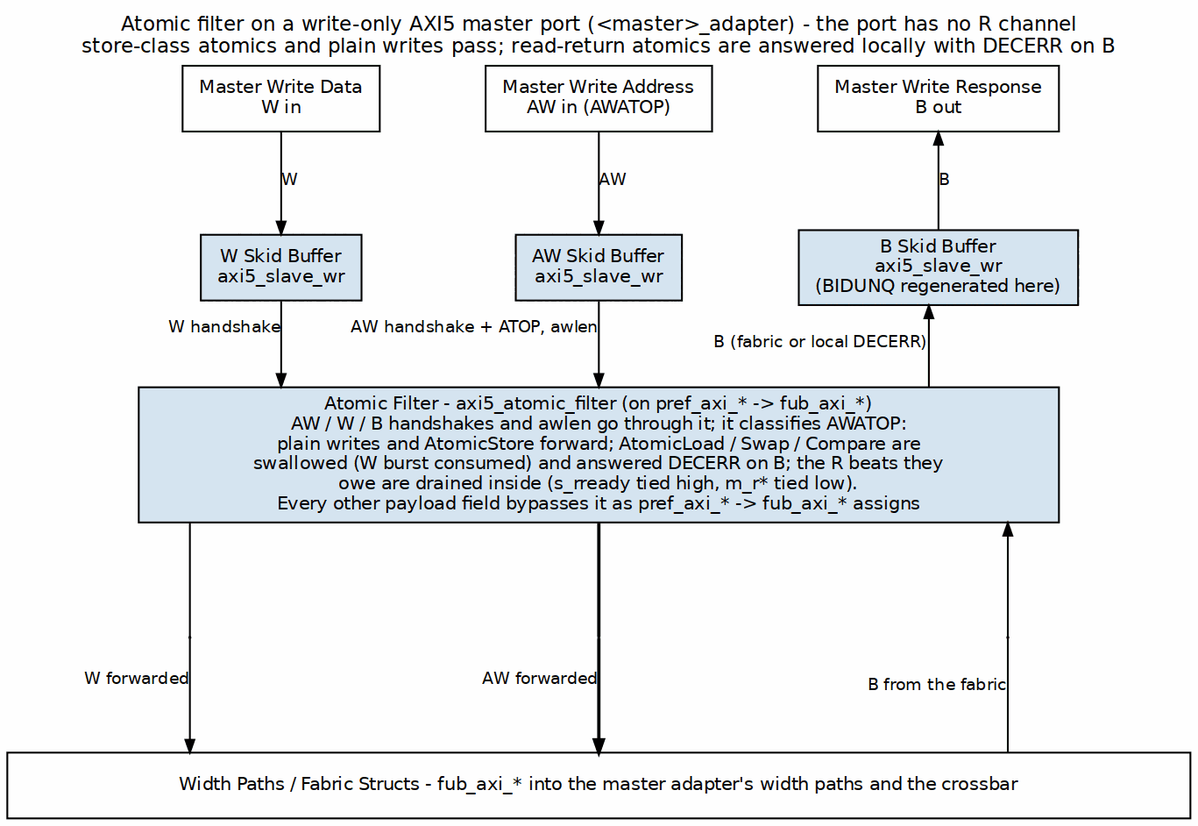
Above: projects/components/fabric-gen-ip/bridge/docs/bridge_mas/assets/graphviz/atomic_filter.png in sean-galloway/RTLDesignSherpa (Graphviz), before the change. Its source is kept beside it as projects/components/fabric-gen-ip/bridge/docs/bridge_mas/assets/graphviz/atomic_filter.dot.
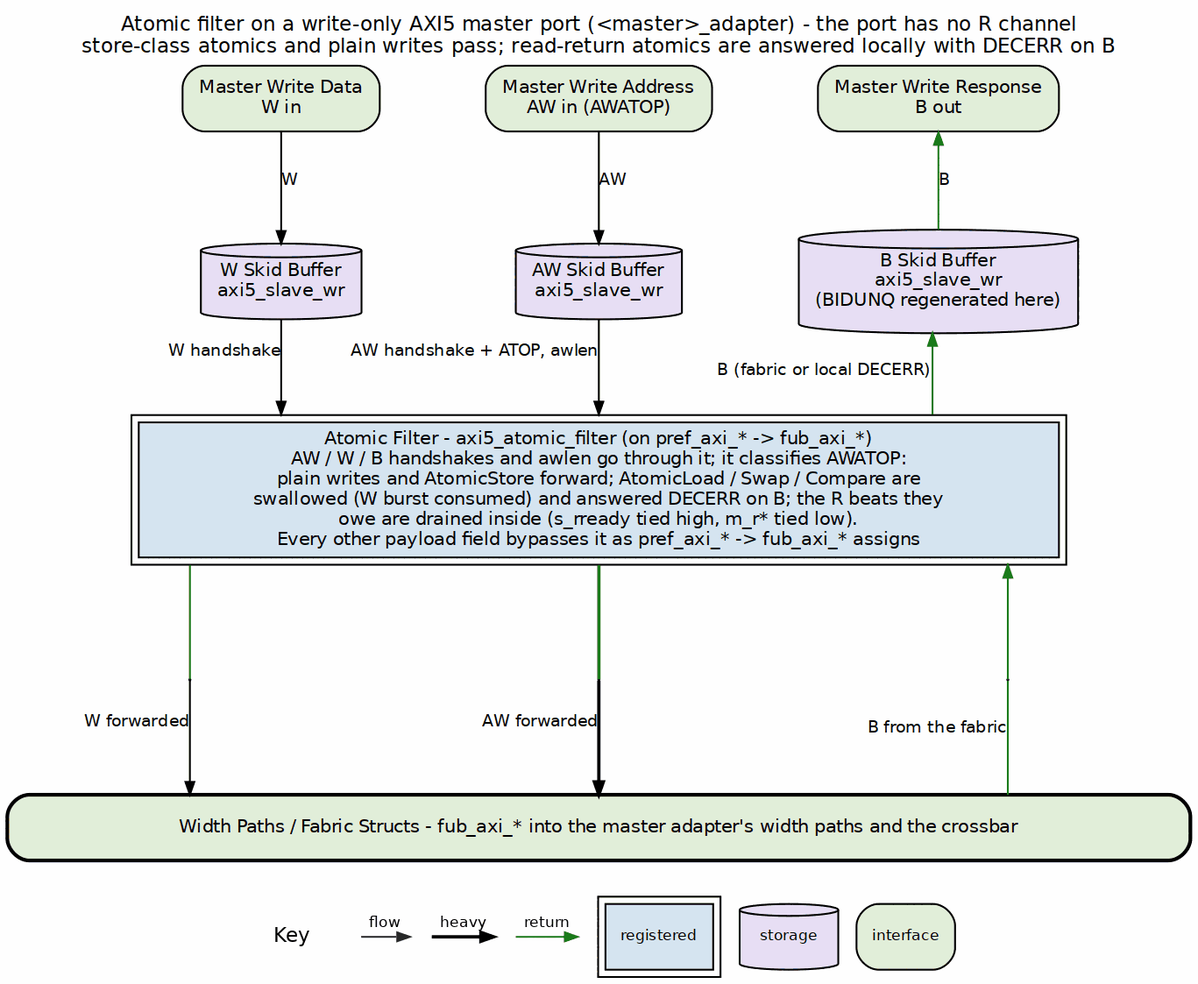
The same file after the commit.

Diff of the diagram source:
```diff
@@ -3,22 +3,22 @@
            nodesep="0.40", ranksep="0.60", splines=ortho, labelloc=t,
            label="Atomic filter on a write-only AXI5 master port (<master>_adapter) - the port has no R channel\nstore-class atomics and plain writes pass; read-return atomics are answered locally with DECERR on B"];
     node  [fontname="Helvetica", fontsize=10, shape=box, style=filled,
-           fillcolor="#D6E4F0", color="black", margin="0.12,0.06"];
+           fillcolor="white", color="black", margin="0.12,0.06"];
     edge  [fontname="Helvetica", fontsize=9, color="black", arrowsize=0.7];
 
-    pw [label="Master Write Data\nW in", fillcolor="white", group=L];
-    pa [label="Master Write Address\nAW in (AWATOP)", fillcolor="white", group=C];
-    pb [label="Master Write Response\nB out", fillcolor="white", group=R];
+    pw [label="Master Write Data\nW in", fillcolor="white", group=L, style="rounded,filled", fillcolor="#E2EFDA"];
+    pa [label="Master Write Address\nAW in (AWATOP)", fillcolor="white", group=C, style="rounded,filled", fillcolor="#E2EFDA"];
+    pb [label="Master Write Response\nB out", fillcolor="white", group=R, style="rounded,filled", fillcolor="#E2EFDA"];
     { rank=same; pw; pa; pb; }
     pw -> pa -> pb [style=invis];
 
-    sw [label="W Skid Buffer\naxi5_slave_wr", group=L];
-    sa [label="AW Skid Buffer\naxi5_slave_wr", group=C];
-    sb [label="B Skid Buffer\naxi5_slave_wr\n(BIDUNQ regenerated here)", group=R];
+    sw [label="W Skid Buffer\naxi5_slave_wr", group=L, shape=cylinder, style="filled", fillcolor="#E8DFF5"];
+    sa [label="AW Skid Buffer\naxi5_slave_wr", group=C, shape=cylinder, style="filled", fillcolor="#E8DFF5"];
+    sb [label="B Skid Buffer\naxi5_slave_wr\n(BIDUNQ regenerated here)", group=R, shape=cylinder, style="filled", fillcolor="#E8DFF5"];
     { rank=same; sw; sa; sb; }
     sw -> sa -> sb [style=invis];
 
-    flt [label="Atomic Filter - axi5_atomic_filter (on pref_axi_* -> fub_axi_*)\nAW / W / B handshakes and awlen go through it; it classifies AWATOP:\nplain writes and AtomicStore forward; AtomicLoad / Swap / Compare are\nswallowed (W burst consumed) and answered DECERR on B; the R beats they\nowe are drained inside (s_rready tied high, m_r* tied low).\nEvery other payload field bypasses it as pref_axi_* -> fub_axi_* assigns", width=7, group=C];
+    flt [label="Atomic Filter - axi5_atomic_filter (on pref_axi_* -> fub_axi_*)\nAW / W / B handshakes and awlen go through it; it classifies AWATOP:\nplain writes and AtomicStore forward; AtomicLoad / Swap / Compare are\nswallowed (W burst consumed) and answered DECERR on B; the R beats they\nowe are drained inside (s_rready tied high, m_r* tied low).\nEvery other payload field bypasses it as pref_axi_* -> fub_axi_* assigns", width=7, group=C, peripheries=2, style="filled", fillcolor="#D6E4F0"];
 
     pl [shape=point, width=0.01, label="", group=L];
     pc [shape=point, width=0.01, label="", group=C];
@@ -27,18 +27,18 @@
     { rank=same; pl; sp1; pc; sp2; pr; }
     pl -> sp1 -> pc -> sp2 -> pr [style=invis];
 
-    bar [label="Width Paths / Fabric Structs - fub_axi_* into the master adapter's width paths and the crossbar", fillcolor="white", width=9];
+    bar [label="Width Paths / Fabric Structs - fub_axi_* into the master adapter's width paths and the crossbar", fillcolor="white", width=9, style="rounded,filled,bold", fillcolor="#E2EFDA"];
 
     pw -> sw [label="W"];
     pa -> sa [label="AW"];
-    pb -> sb [dir=back, label="B"];
+    pb -> sb [color="#1A7A1A", dir=back, label="B"];
     sw -> flt [xlabel="W handshake"];
     sa -> flt [xlabel="AW handshake + ATOP, awlen"];
-    sb -> flt [dir=back, xlabel="B (fabric or local DECERR)"];
-    flt -> pl [dir=none];
+    sb -> flt [color="#1A7A1A", dir=back, xlabel="B (fabric or local DECERR)"];
+    flt -> pl [color="#1A7A1A", dir=none];
     pl -> bar [xlabel="W forwarded"];
-    flt -> pc [dir=none, penwidth=1.8];
+    flt -> pc [color="#1A7A1A", dir=none, penwidth=1.8];
     pc -> bar [xlabel="AW forwarded", penwidth=1.8];
-    flt -> pr [dir=back];
-    pr -> bar [dir=none, xlabel="B from the fabric"];
+    flt -> pr [color="#1A7A1A", dir=back];
+    pr -> bar [color="#1A7A1A", dir=none, xlabel="B from the fabric"];
 }
```
